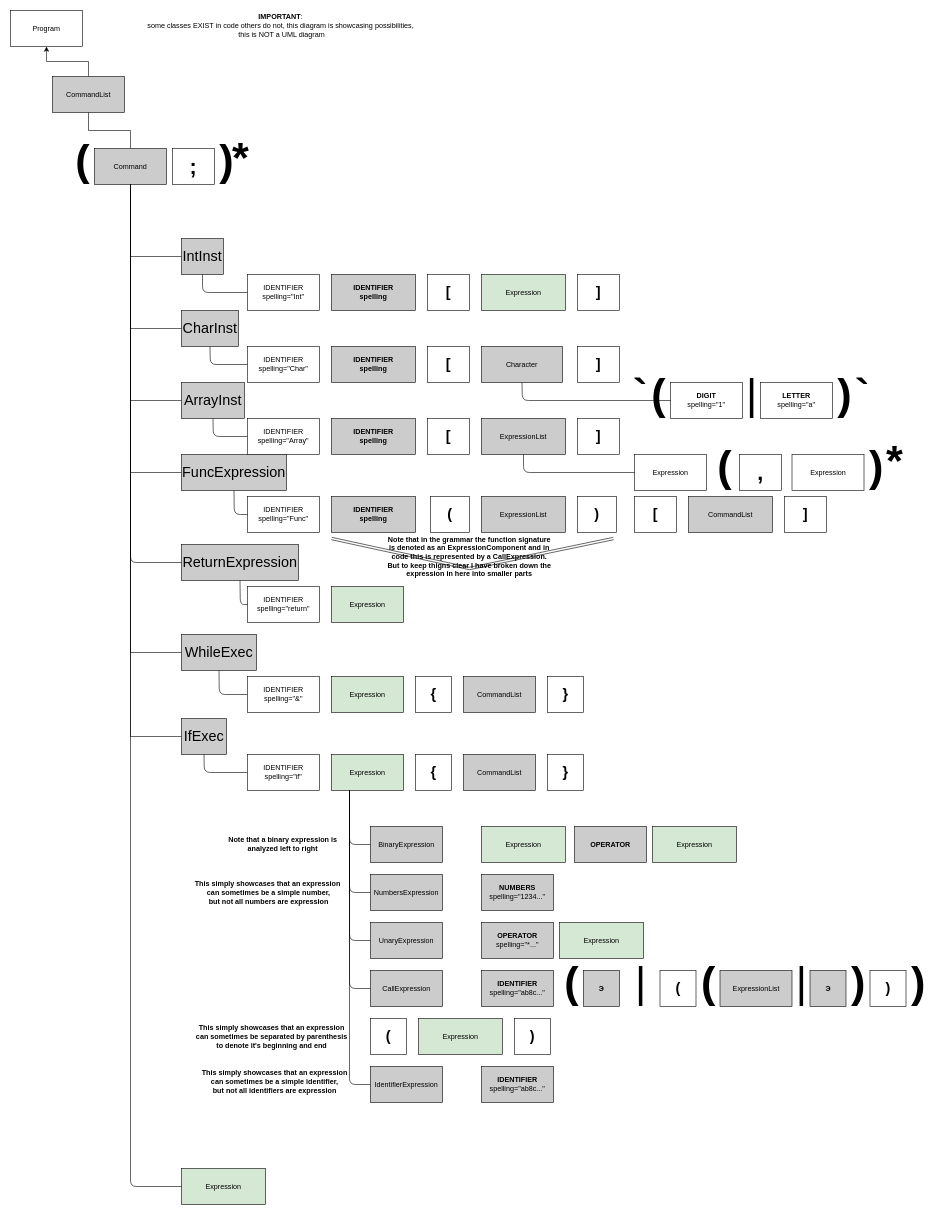
Earlier version of the draw.io diagram Assignments/EST Diagram WIP.drawio (mungiu/CMC). Source tidied: cells renumbered, new cells numbered last; positions are measured from the earlier drawing's top-left corner, leaving out a move shared by most shapes. Both pictures are drawn from the tidied source at 60%, with x=0, y=0 at pixel (10, 10).
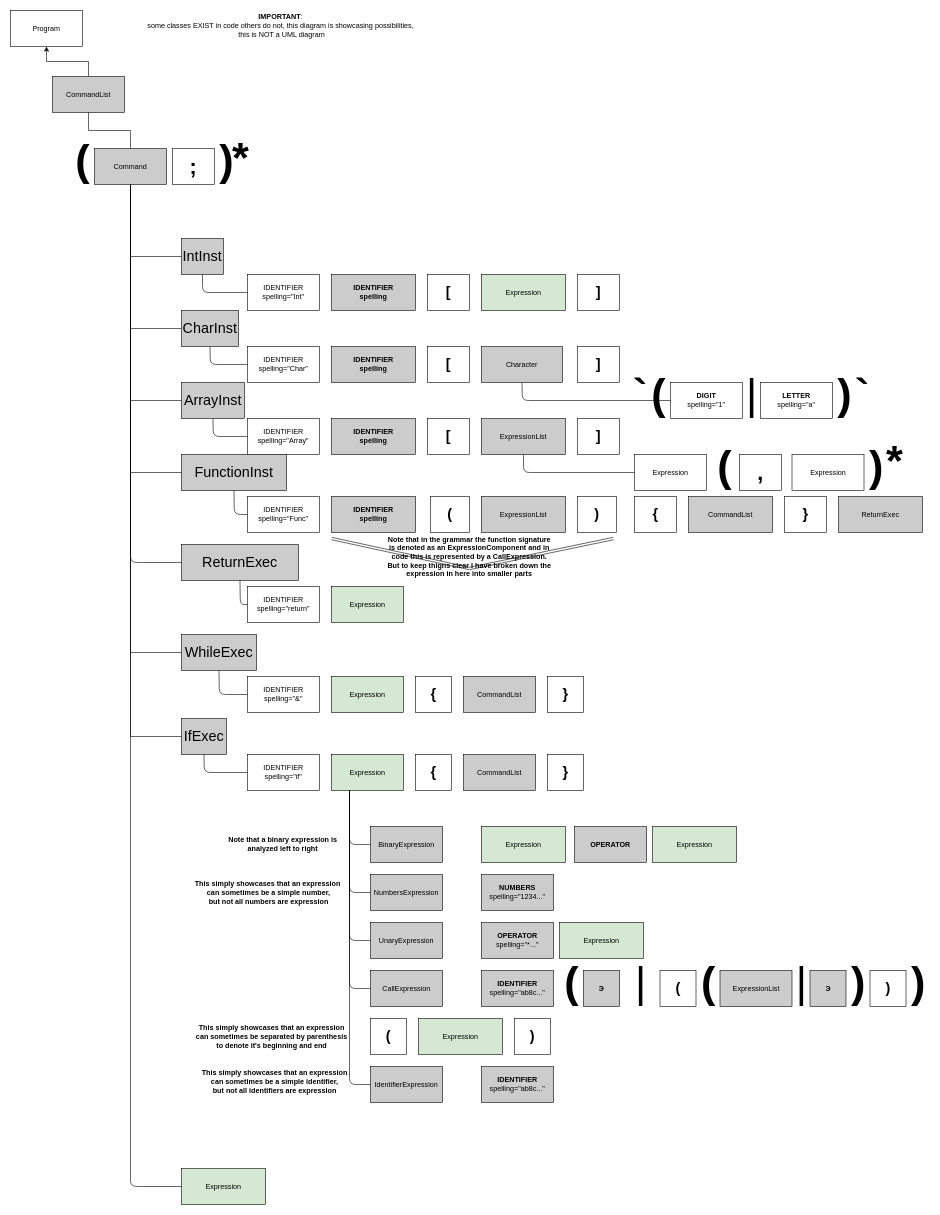
The same diagram, later.

The edit, as a diff of the source:
```diff
@@
-    <mxCell id="27" value="&lt;font style=&quot;font-size: 24px&quot;&gt;ReturnExpression&lt;/font&gt;" style="rounded=0;whiteSpace=wrap;html=1;fontStyle=0;fillColor=#CCCCCC;" parent="1" vertex="1">
+    <mxCell id="27" value="&lt;font style=&quot;font-size: 24px&quot;&gt;ReturnExec&lt;/font&gt;" style="rounded=0;whiteSpace=wrap;html=1;fontStyle=0;fillColor=#CCCCCC;" parent="1" vertex="1">
       <mxGeometry x="285" y="890" width="195" height="60" as="geometry" />
     </mxCell>
@@
-    <mxCell id="55" value="&lt;font style=&quot;font-size: 24px&quot;&gt;FuncExpression&lt;/font&gt;" style="rounded=0;whiteSpace=wrap;html=1;fontStyle=0;fillColor=#CCCCCC;" parent="1" vertex="1">
+    <mxCell id="55" value="&lt;font style=&quot;font-size: 24px&quot;&gt;FunctionInst&lt;/font&gt;" style="rounded=0;whiteSpace=wrap;html=1;fontStyle=0;fillColor=#CCCCCC;" parent="1" vertex="1">
       <mxGeometry x="285" y="740" width="175" height="60" as="geometry" />
     </mxCell>
@@
-    <mxCell id="60" value="&lt;font style=&quot;font-size: 24px&quot;&gt;[&lt;/font&gt;" style="rounded=0;whiteSpace=wrap;html=1;fontStyle=1;" parent="1" vertex="1">
+    <mxCell id="60" value="&lt;span style=&quot;font-size: 24px&quot;&gt;{&lt;/span&gt;" style="rounded=0;whiteSpace=wrap;html=1;fontStyle=1;" parent="1" vertex="1">
       <mxGeometry x="1040" y="810" width="70" height="60" as="geometry" />
     </mxCell>
@@
-    <mxCell id="64" value="&lt;font style=&quot;font-size: 24px&quot;&gt;]&lt;/font&gt;" style="rounded=0;whiteSpace=wrap;html=1;fontStyle=1;" parent="1" vertex="1">
+    <mxCell id="64" value="&lt;font style=&quot;font-size: 24px&quot;&gt;}&lt;/font&gt;" style="rounded=0;whiteSpace=wrap;html=1;fontStyle=1;" parent="1" vertex="1">
       <mxGeometry x="1290" y="810" width="70" height="60" as="geometry" />
     </mxCell>
@@
+    <mxCell id="123" value="&lt;span&gt;ReturnExec&lt;/span&gt;" style="rounded=0;whiteSpace=wrap;html=1;fontStyle=0;fillColor=#CCCCCC;" parent="1" vertex="1">
+      <mxGeometry x="1380" y="810" width="140" height="60" as="geometry" />
+    </mxCell>
```
